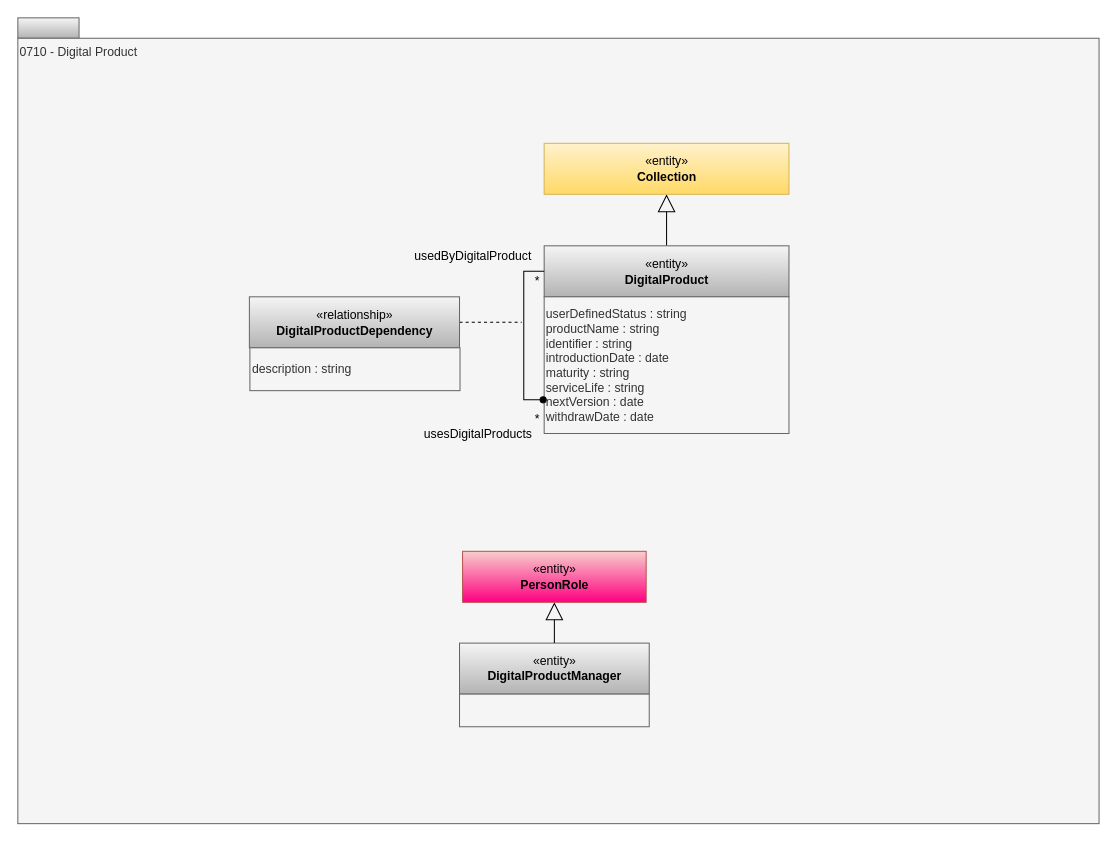
This is page "0710-Digital-Products" (2 of 18) of site/docs/types/7/area-7-lineage.drawio from odpi/egeria-docs, a draw.io file, before an edit. Source tidied: cells renumbered, new cells numbered last; positions are measured from the earlier drawing's top-left corner, leaving out a move shared by most shapes. Both pictures are drawn from the tidied source at 102%, with x=0, y=0 at pixel (17, 17).
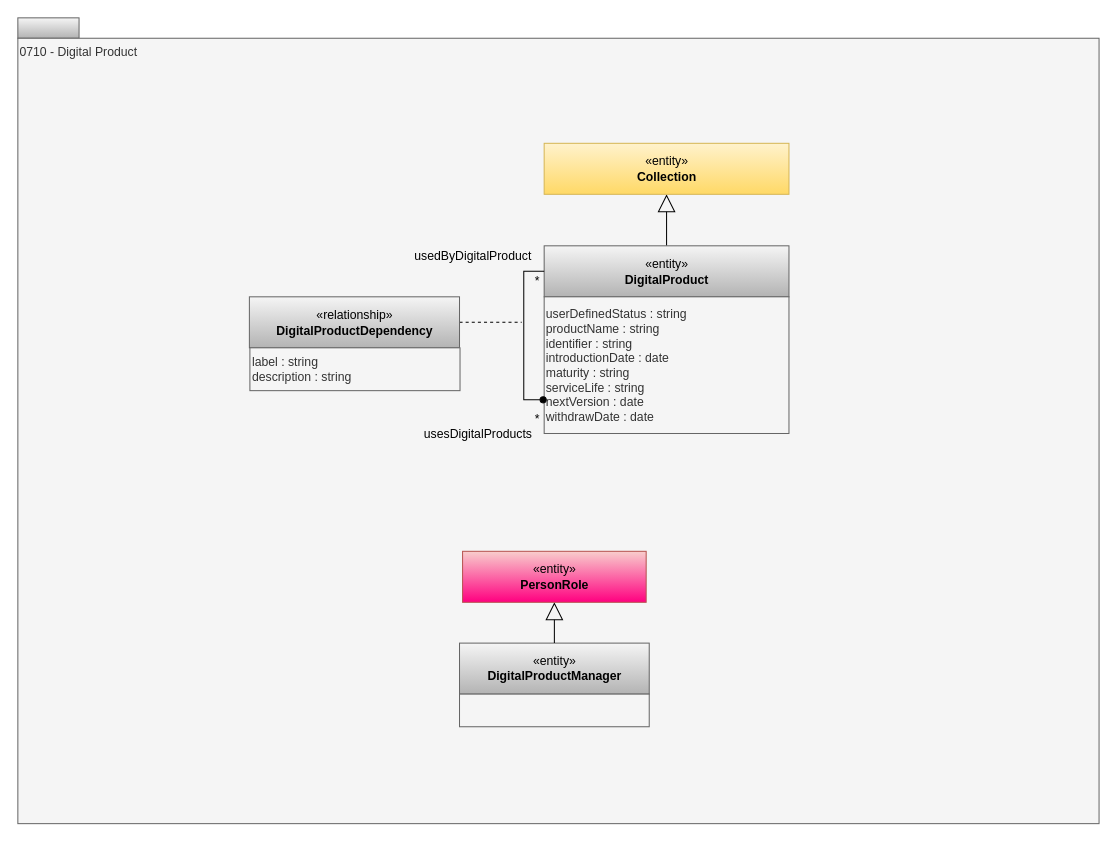
Above is the later version.

The edit, as a diff of the source:
```diff
@@
-    <mxCell id="10" value="description : string" style="rounded=0;whiteSpace=wrap;html=1;strokeColor=#666666;align=left;fillColor=#f5f5f5;fontColor=#333333;" parent="1" vertex="1">
+    <mxCell id="10" value="label : string&lt;div&gt;description : string&lt;/div&gt;" style="rounded=0;whiteSpace=wrap;html=1;strokeColor=#666666;align=left;fillColor=#f5f5f5;fontColor=#333333;" parent="1" vertex="1">
       <mxGeometry x="227.5" y="323.5" width="206" height="42" as="geometry" />
     </mxCell>
```
